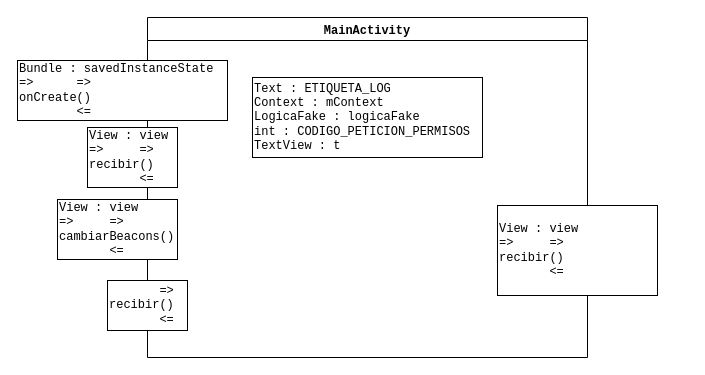
pdepau/TerrenoEco_Android keeps this draw.io diagram as page "MainActivity" (6 of 8) of doc/Diseños/DiseñosAndroid.drawio. Above is the earlier version. Source tidied: cells renumbered, new cells numbered last; positions are measured from the earlier drawing's top-left corner, leaving out a move shared by most shapes. Both pictures are drawn from the tidied source at 100%, with x=0, y=0 at pixel (17, 17).
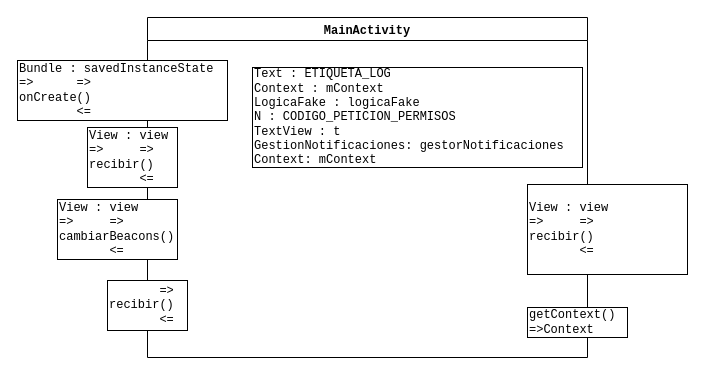
After the change.

Diff of the diagram source:
```diff
@@
 <mxGraphModel>
   <root>
     <mxCell id="0" />
     <mxCell id="1" parent="0" />
     <mxCell id="2" value="MainActivity" style="swimlane;fontFamily=Courier New;fontStyle=1;" parent="1" vertex="1">
       <mxGeometry x="130" width="440" height="340" as="geometry" />
     </mxCell>
-    <mxCell id="3" value="Text : ETIQUETA_LOG&lt;br&gt;Context : mContext&lt;br&gt;LogicaFake : logicaFake&lt;br&gt;int : CODIGO_PETICION_PERMISOS&lt;br&gt;TextView : t" style="rounded=0;whiteSpace=wrap;html=1;fontFamily=Courier New;align=left;" parent="2" vertex="1">
-      <mxGeometry x="105" y="60" width="230" height="80" as="geometry" />
+    <mxCell id="3" value="Text : ETIQUETA_LOG&lt;br&gt;Context : mContext&lt;br&gt;LogicaFake : logicaFake&lt;br&gt;N : CODIGO_PETICION_PERMISOS&lt;br&gt;TextView : t&lt;br&gt;GestionNotificaciones: gestorNotificaciones&lt;br&gt;Context: mContext" style="rounded=0;whiteSpace=wrap;html=1;fontFamily=Courier New;align=left;" parent="2" vertex="1">
+      <mxGeometry x="105" y="50" width="330" height="100" as="geometry" />
     </mxCell>
     <mxCell id="4" value="Bundle : savedInstanceState&lt;br&gt;=&amp;gt;&lt;span style=&quot;white-space: pre&quot;&gt;&#9;&lt;/span&gt;=&amp;gt;&lt;br&gt;onCreate()&lt;br&gt;&lt;span style=&quot;white-space: pre&quot;&gt;&#9;&lt;/span&gt;&amp;lt;=" style="rounded=0;whiteSpace=wrap;html=1;fontFamily=Courier New;align=left;" parent="1" vertex="1">
       <mxGeometry y="43" width="210" height="60" as="geometry" />
     </mxCell>
     <mxCell id="5" value="View : view&lt;br&gt;=&amp;gt;&amp;nbsp; &amp;nbsp; &amp;nbsp;=&amp;gt;&lt;br&gt;recibir()&lt;br&gt;&amp;nbsp; &amp;nbsp; &amp;nbsp; &amp;nbsp;&amp;lt;=" style="rounded=0;whiteSpace=wrap;html=1;fontFamily=Courier New;align=left;" parent="1" vertex="1">
       <mxGeometry x="70" y="110" width="90" height="60" as="geometry" />
     </mxCell>
     <mxCell id="6" value="View : view&lt;br&gt;=&amp;gt;&amp;nbsp; &amp;nbsp; &amp;nbsp;=&amp;gt;&lt;br&gt;cambiarBeacons()&lt;br&gt;&amp;nbsp; &amp;nbsp; &amp;nbsp; &amp;nbsp;&amp;lt;=" style="rounded=0;whiteSpace=wrap;html=1;fontFamily=Courier New;align=left;" parent="1" vertex="1">
       <mxGeometry x="40" y="182" width="120" height="60" as="geometry" />
     </mxCell>
     <mxCell id="7" value="&amp;nbsp; &amp;nbsp; &amp;nbsp; &amp;nbsp;=&amp;gt;&lt;br&gt;recibir()&lt;br&gt;&amp;nbsp; &amp;nbsp; &amp;nbsp; &amp;nbsp;&amp;lt;=" style="rounded=0;whiteSpace=wrap;html=1;fontFamily=Courier New;align=left;" parent="1" vertex="1">
       <mxGeometry x="90" y="263" width="80" height="50" as="geometry" />
     </mxCell>
     <mxCell id="8" value="View : view&lt;br&gt;=&amp;gt;&amp;nbsp; &amp;nbsp; &amp;nbsp;=&amp;gt;&lt;br&gt;recibir()&lt;br&gt;&amp;nbsp; &amp;nbsp; &amp;nbsp; &amp;nbsp;&amp;lt;=" style="rounded=0;whiteSpace=wrap;html=1;fontFamily=Courier New;align=left;" parent="1" vertex="1">
-      <mxGeometry x="480" y="188" width="160" height="90" as="geometry" />
+      <mxGeometry x="510" y="167" width="160" height="90" as="geometry" />
     </mxCell>
+    <mxCell id="9" value="getContext()&lt;br&gt;=&amp;gt;Context" style="whiteSpace=wrap;html=1;shadow=0;rounded=0;glass=0;sketch=0;align=left;fillColor=default;imageAspect=1;imageWidth=0;imageHeight=0;arcSize=12;fontFamily=Courier New;" parent="1" vertex="1">
+      <mxGeometry x="510" y="290" width="100" height="30" as="geometry" />
+    </mxCell>
   </root>
 </mxGraphModel>
```
